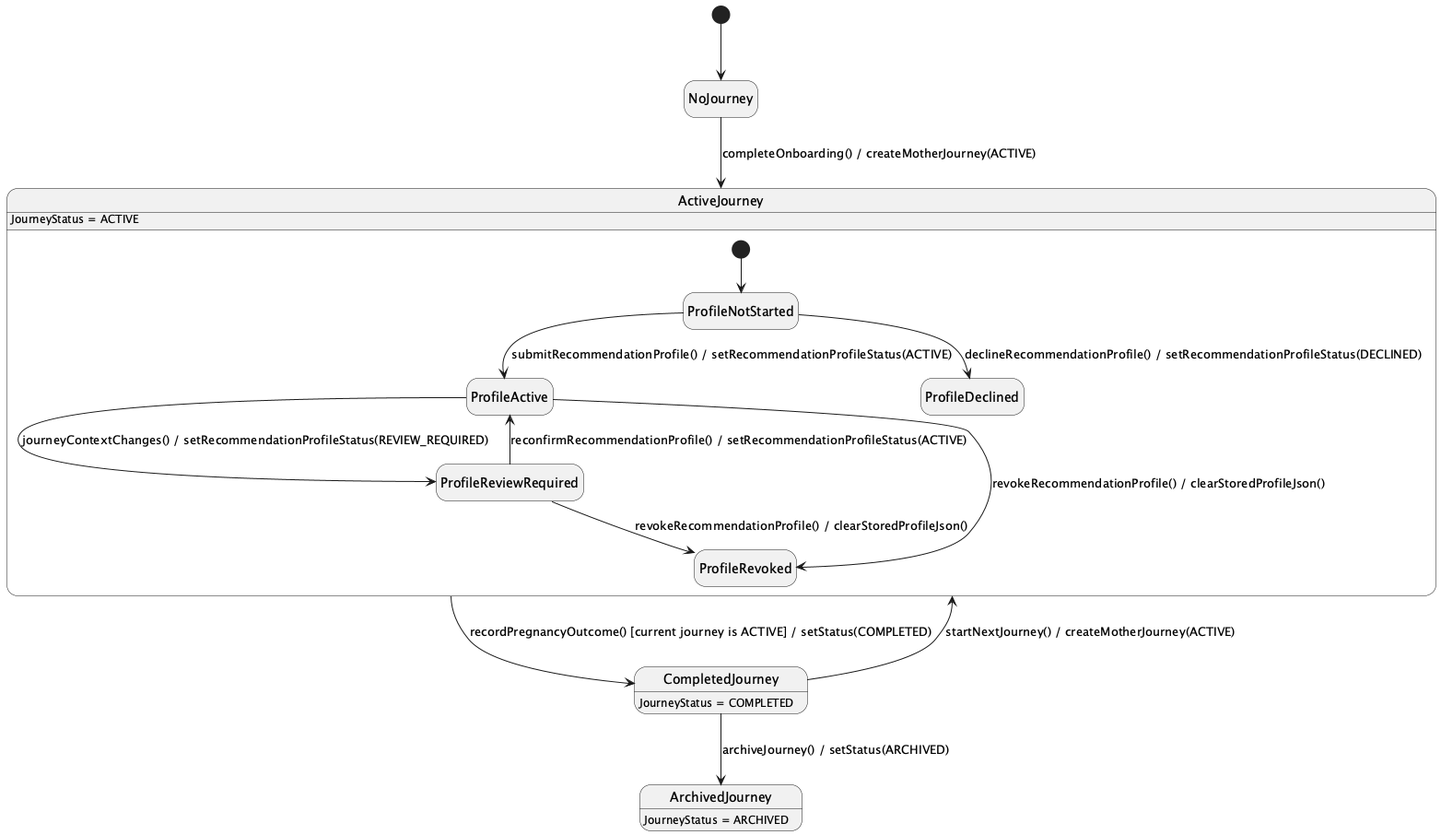
The PlantUML diagram 03_Design/Detailed_Design/MF02_Mother_Care_Journey/images/01_Mother_Journey_Onboarding_Lifecycle_and_Recommendations_StateChartDiagram.png in ChuongBDHE172784/CareBridge_SEP490_G79, before a commit. The source it was exported from:
```plantuml
@startuml
hide empty description
[*] --> NoJourney

NoJourney --> ActiveJourney : completeOnboarding() / createMotherJourney(ACTIVE)
ActiveJourney --> CompletedJourney : recordPregnancyOutcome() [current journey is ACTIVE] / setStatus(COMPLETED)
CompletedJourney --> ActiveJourney : startNextJourney() / createMotherJourney(ACTIVE)
CompletedJourney --> ArchivedJourney : archiveJourney() / setStatus(ARCHIVED)

state ActiveJourney {
  [*] --> ProfileNotStarted
  ProfileNotStarted --> ProfileActive : submitRecommendationProfile() / setRecommendationProfileStatus(ACTIVE)
  ProfileNotStarted --> ProfileDeclined : declineRecommendationProfile() / setRecommendationProfileStatus(DECLINED)
  ProfileActive --> ProfileReviewRequired : journeyContextChanges() / setRecommendationProfileStatus(REVIEW_REQUIRED)
  ProfileReviewRequired --> ProfileActive : reconfirmRecommendationProfile() / setRecommendationProfileStatus(ACTIVE)
  ProfileActive --> ProfileRevoked : revokeRecommendationProfile() / clearStoredProfileJson()
  ProfileReviewRequired --> ProfileRevoked : revokeRecommendationProfile() / clearStoredProfileJson()
}

ActiveJourney : JourneyStatus = ACTIVE
CompletedJourney : JourneyStatus = COMPLETED
ArchivedJourney : JourneyStatus = ARCHIVED
@enduml
```
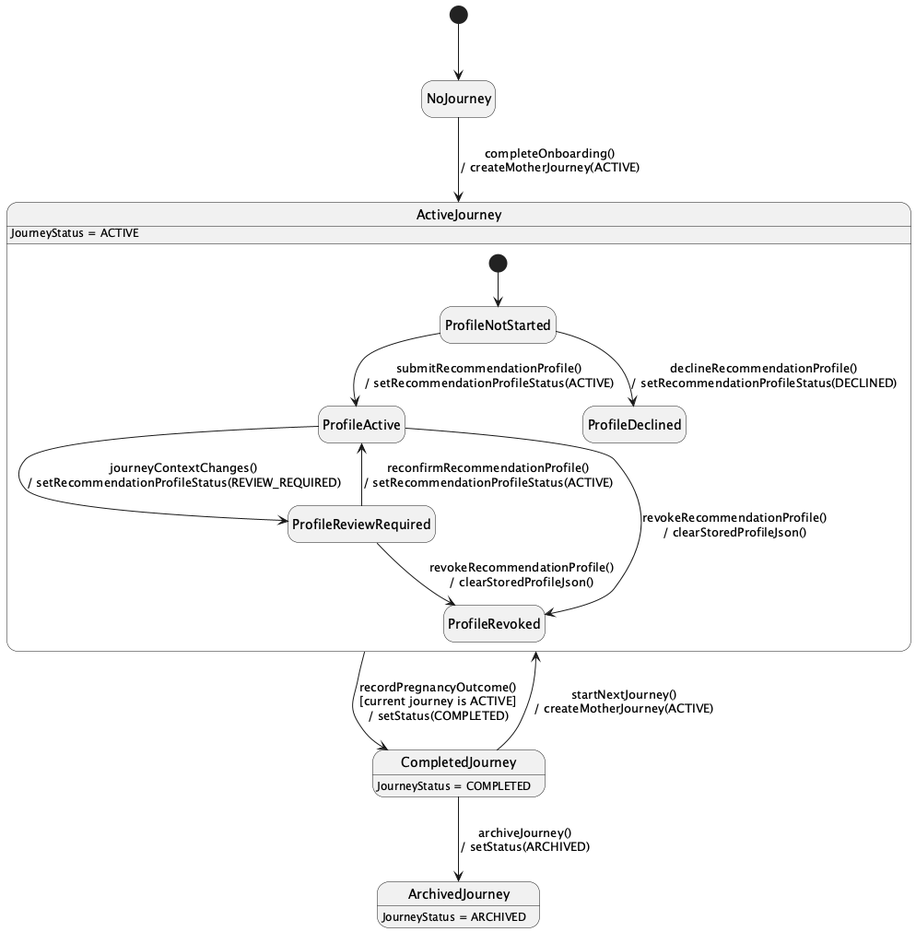
The same diagram one commit later.

What changed in the source:
```diff
@@ -1,20 +1,20 @@
-@startuml
+@startuml StateChartDiagram_01MotherJourneyOnboardingLifecycleandRecommendations
 hide empty description
 [*] --> NoJourney
 
-NoJourney --> ActiveJourney : completeOnboarding() / createMotherJourney(ACTIVE)
-ActiveJourney --> CompletedJourney : recordPregnancyOutcome() [current journey is ACTIVE] / setStatus(COMPLETED)
-CompletedJourney --> ActiveJourney : startNextJourney() / createMotherJourney(ACTIVE)
-CompletedJourney --> ArchivedJourney : archiveJourney() / setStatus(ARCHIVED)
+NoJourney --> ActiveJourney : completeOnboarding()\n/ createMotherJourney(ACTIVE)
+ActiveJourney --> CompletedJourney : recordPregnancyOutcome()\n[current journey is ACTIVE]\n/ setStatus(COMPLETED)
+CompletedJourney --> ActiveJourney : startNextJourney()\n/ createMotherJourney(ACTIVE)
+CompletedJourney --> ArchivedJourney : archiveJourney()\n/ setStatus(ARCHIVED)
 
 state ActiveJourney {
   [*] --> ProfileNotStarted
-  ProfileNotStarted --> ProfileActive : submitRecommendationProfile() / setRecommendationProfileStatus(ACTIVE)
-  ProfileNotStarted --> ProfileDeclined : declineRecommendationProfile() / setRecommendationProfileStatus(DECLINED)
-  ProfileActive --> ProfileReviewRequired : journeyContextChanges() / setRecommendationProfileStatus(REVIEW_REQUIRED)
-  ProfileReviewRequired --> ProfileActive : reconfirmRecommendationProfile() / setRecommendationProfileStatus(ACTIVE)
-  ProfileActive --> ProfileRevoked : revokeRecommendationProfile() / clearStoredProfileJson()
-  ProfileReviewRequired --> ProfileRevoked : revokeRecommendationProfile() / clearStoredProfileJson()
+  ProfileNotStarted --> ProfileActive : submitRecommendationProfile()\n/ setRecommendationProfileStatus(ACTIVE)
+  ProfileNotStarted --> ProfileDeclined : declineRecommendationProfile()\n/ setRecommendationProfileStatus(DECLINED)
+  ProfileActive --> ProfileReviewRequired : journeyContextChanges()\n/ setRecommendationProfileStatus(REVIEW_REQUIRED)
+  ProfileReviewRequired --> ProfileActive : reconfirmRecommendationProfile()\n/ setRecommendationProfileStatus(ACTIVE)
+  ProfileActive --> ProfileRevoked : revokeRecommendationProfile()\n/ clearStoredProfileJson()
+  ProfileReviewRequired --> ProfileRevoked : revokeRecommendationProfile()\n/ clearStoredProfileJson()
 }
 
 ActiveJourney : JourneyStatus = ACTIVE
```
